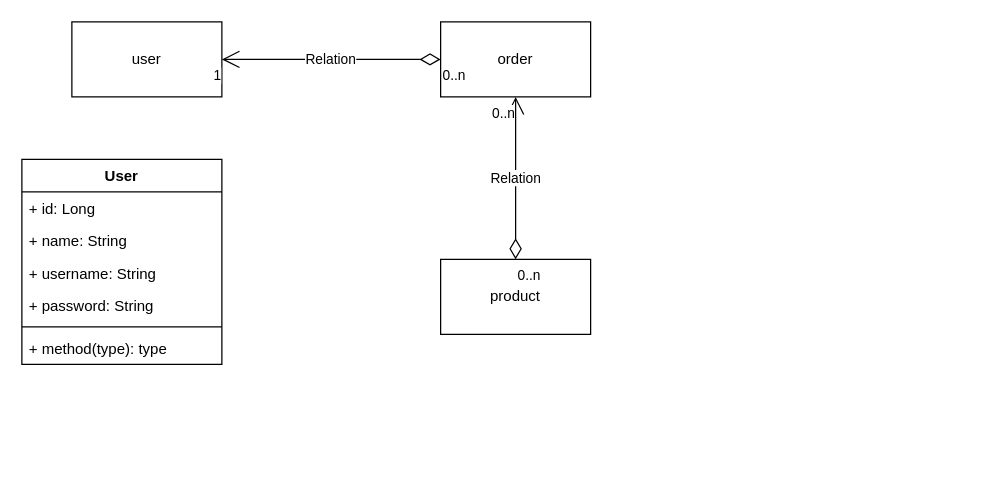
This is src/main/resources/eshop.drawio from cosminbucur/jb14-eshop, a draw.io file, before an edit. Source tidied: cells renumbered, new cells numbered last; positions are measured from the earlier drawing's top-left corner, leaving out a move shared by most shapes. Both pictures are drawn from the tidied source at 125%, with x=0, y=0 at pixel (21, 21).
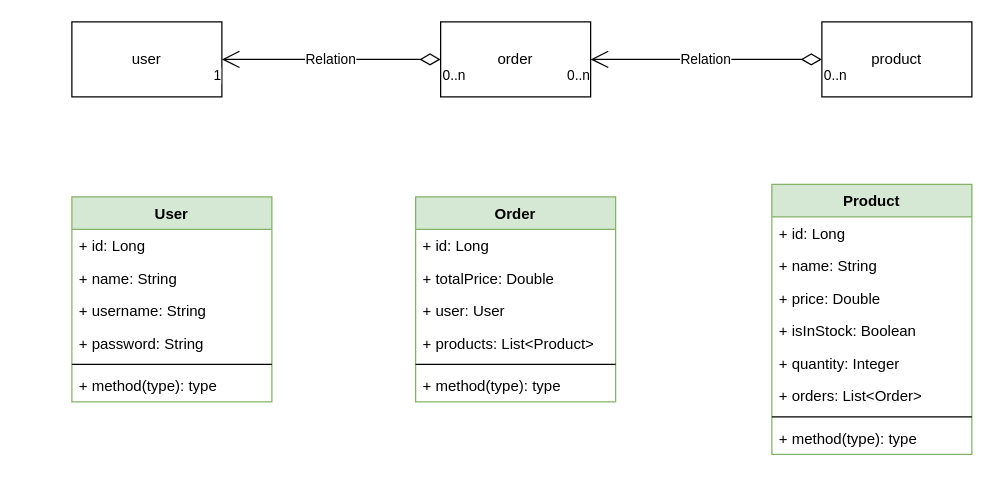
After the change.

Unchanged cells that the change refers to:
```xml
<mxCell id="4" value="order" style="rounded=0;whiteSpace=wrap;html=1;" parent="1" vertex="1">
  <mxGeometry x="335" width="120" height="60" as="geometry" />
</mxCell>
```

Change to the diagram source:
```diff
@@
     <mxCell id="3" value="product" style="rounded=0;whiteSpace=wrap;html=1;" parent="1" vertex="1">
-      <mxGeometry x="335" y="190" width="120" height="60" as="geometry" />
+      <mxGeometry x="640" width="120" height="60" as="geometry" />
     </mxCell>
@@
-    <mxCell id="8" value="Relation" style="endArrow=open;html=1;endSize=12;startArrow=diamondThin;startSize=14;startFill=0;edgeStyle=orthogonalEdgeStyle;entryX=0.5;entryY=1;entryDx=0;entryDy=0;exitX=0.5;exitY=0;exitDx=0;exitDy=0;" parent="1" edge="1" source="3" target="4">
+    <mxCell id="8" value="Relation" style="endArrow=open;html=1;endSize=12;startArrow=diamondThin;startSize=14;startFill=0;edgeStyle=orthogonalEdgeStyle;entryX=1;entryY=0.5;entryDx=0;entryDy=0;exitX=0;exitY=0.5;exitDx=0;exitDy=0;" parent="1" edge="1" source="3" target="4">
       <mxGeometry relative="1" as="geometry" />
     </mxCell>
@@
+    <mxCell id="18" value="Product" style="swimlane;fontStyle=1;align=center;verticalAlign=top;horizontal=1;startSize=26;fillColor=#d5e8d4;strokeColor=#82b366;" parent="1" vertex="1">
+      <mxGeometry x="600" y="130" width="160" height="216" as="geometry" />
+    </mxCell>
+    <mxCell id="19" value="+ id: Long" style="text;strokeColor=none;fillColor=none;align=left;verticalAlign=top;spacingLeft=4;spacingRight=4;overflow=hidden;" parent="18" vertex="1">
+      <mxGeometry y="26" width="160" height="26" as="geometry" />
+    </mxCell>
+    <mxCell id="20" value="+ name: String" style="text;strokeColor=none;fillColor=none;align=left;verticalAlign=top;spacingLeft=4;spacingRight=4;overflow=hidden;" parent="18" vertex="1">
+      <mxGeometry y="52" width="160" height="26" as="geometry" />
+    </mxCell>
+    <mxCell id="21" value="+ price: Double" style="text;strokeColor=none;fillColor=none;align=left;verticalAlign=top;spacingLeft=4;spacingRight=4;overflow=hidden;" parent="18" vertex="1">
+      <mxGeometry y="78" width="160" height="26" as="geometry" />
+    </mxCell>
+    <mxCell id="22" value="+ isInStock: Boolean" style="text;strokeColor=none;fillColor=none;align=left;verticalAlign=top;spacingLeft=4;spacingRight=4;overflow=hidden;" parent="18" vertex="1">
+      <mxGeometry y="104" width="160" height="26" as="geometry" />
+    </mxCell>
+    <mxCell id="23" value="+ quantity: Integer" style="text;strokeColor=none;fillColor=none;align=left;verticalAlign=top;spacingLeft=4;spacingRight=4;overflow=hidden;" parent="18" vertex="1">
+      <mxGeometry y="130" width="160" height="26" as="geometry" />
+    </mxCell>
+    <mxCell id="24" value="+ orders: List&lt;Order&gt;" style="text;strokeColor=none;fillColor=none;align=left;verticalAlign=top;spacingLeft=4;spacingRight=4;overflow=hidden;" parent="18" vertex="1">
+      <mxGeometry y="156" width="160" height="26" as="geometry" />
+    </mxCell>
+    <mxCell id="25" style="line;strokeWidth=1;fillColor=none;align=left;verticalAlign=middle;spacingTop=-1;spacingLeft=3;spacingRight=3;labelPosition=right;" parent="18" vertex="1">
+      <mxGeometry y="182" width="160" height="8" as="geometry" />
+    </mxCell>
+    <mxCell id="26" value="+ method(type): type" style="text;strokeColor=none;fillColor=none;align=left;verticalAlign=top;spacingLeft=4;spacingRight=4;overflow=hidden;" parent="18" vertex="1">
+      <mxGeometry y="190" width="160" height="26" as="geometry" />
+    </mxCell>
-    <mxCell id="11" value="User" style="swimlane;fontStyle=1;align=center;verticalAlign=top;horizontal=1;startSize=26;" parent="1" vertex="1">
-      <mxGeometry y="110" width="160" height="164" as="geometry" />
+    <mxCell id="11" value="User" style="swimlane;fontStyle=1;align=center;verticalAlign=top;horizontal=1;startSize=26;fillColor=#d5e8d4;strokeColor=#82b366;" parent="1" vertex="1">
+      <mxGeometry x="40" y="140" width="160" height="164" as="geometry" />
     </mxCell>
@@
+    <mxCell id="27" value="Order" style="swimlane;fontStyle=1;align=center;verticalAlign=top;horizontal=1;startSize=26;fillColor=#d5e8d4;strokeColor=#82b366;" parent="1" vertex="1">
+      <mxGeometry x="315" y="140" width="160" height="164" as="geometry" />
+    </mxCell>
+    <mxCell id="28" value="+ id: Long" style="text;strokeColor=none;fillColor=none;align=left;verticalAlign=top;spacingLeft=4;spacingRight=4;overflow=hidden;" parent="27" vertex="1">
+      <mxGeometry y="26" width="160" height="26" as="geometry" />
+    </mxCell>
+    <mxCell id="29" value="+ totalPrice: Double" style="text;strokeColor=none;fillColor=none;align=left;verticalAlign=top;spacingLeft=4;spacingRight=4;overflow=hidden;" parent="27" vertex="1">
+      <mxGeometry y="52" width="160" height="26" as="geometry" />
+    </mxCell>
+    <mxCell id="30" value="+ user: User" style="text;strokeColor=none;fillColor=none;align=left;verticalAlign=top;spacingLeft=4;spacingRight=4;overflow=hidden;" parent="27" vertex="1">
+      <mxGeometry y="78" width="160" height="26" as="geometry" />
+    </mxCell>
+    <mxCell id="31" value="+ products: List&lt;Product&gt;" style="text;strokeColor=none;fillColor=none;align=left;verticalAlign=top;spacingLeft=4;spacingRight=4;overflow=hidden;" parent="27" vertex="1">
+      <mxGeometry y="104" width="160" height="26" as="geometry" />
+    </mxCell>
+    <mxCell id="32" style="line;strokeWidth=1;fillColor=none;align=left;verticalAlign=middle;spacingTop=-1;spacingLeft=3;spacingRight=3;labelPosition=right;" parent="27" vertex="1">
+      <mxGeometry y="130" width="160" height="8" as="geometry" />
+    </mxCell>
+    <mxCell id="33" value="+ method(type): type" style="text;strokeColor=none;fillColor=none;align=left;verticalAlign=top;spacingLeft=4;spacingRight=4;overflow=hidden;" parent="27" vertex="1">
+      <mxGeometry y="138" width="160" height="26" as="geometry" />
+    </mxCell>
```
